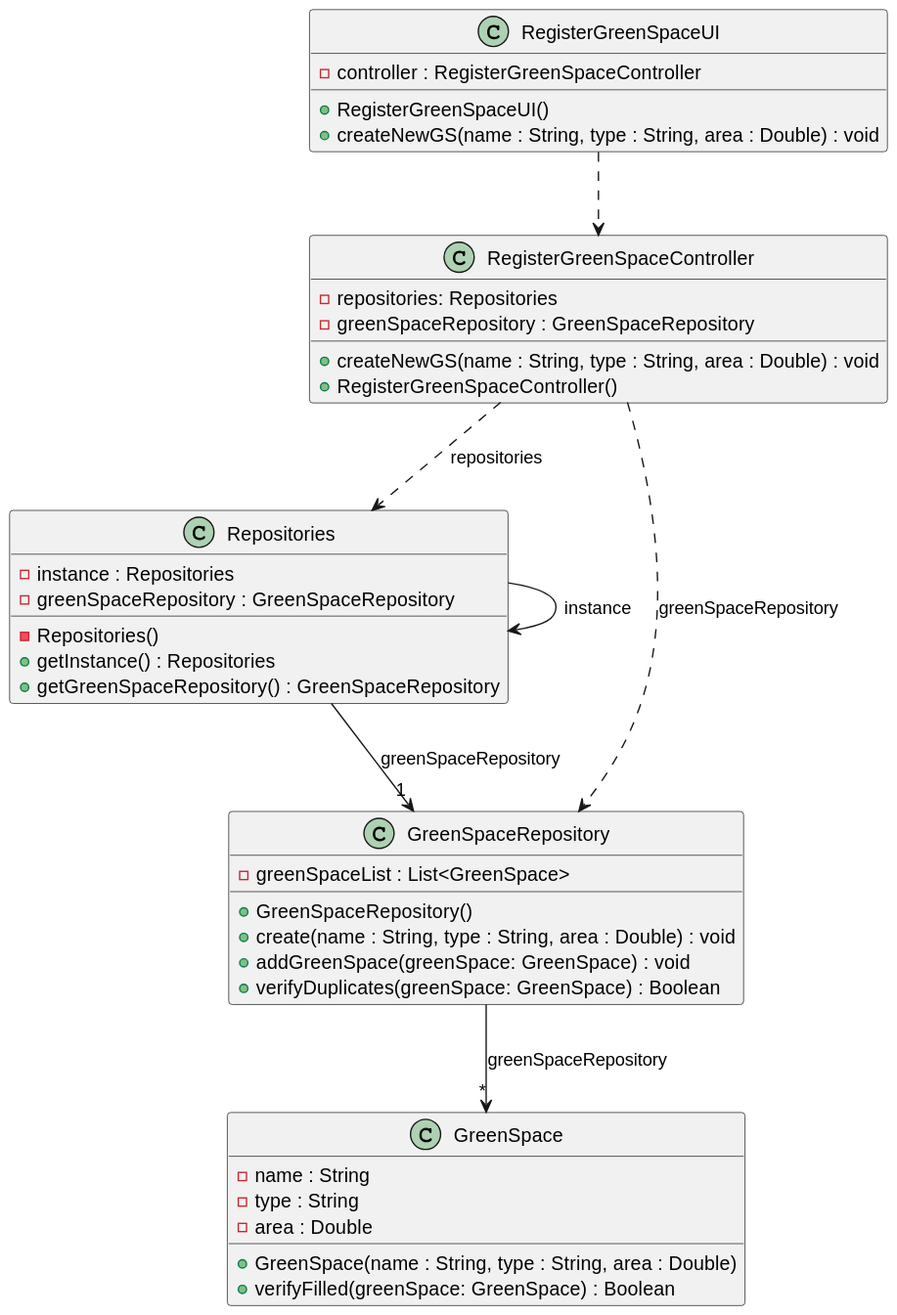
This is docs/sprintC/us020/03.design/svg/us020-class-diagram.svg from ricardomm7/leaflink, a PlantUML export, as it was before one commit.
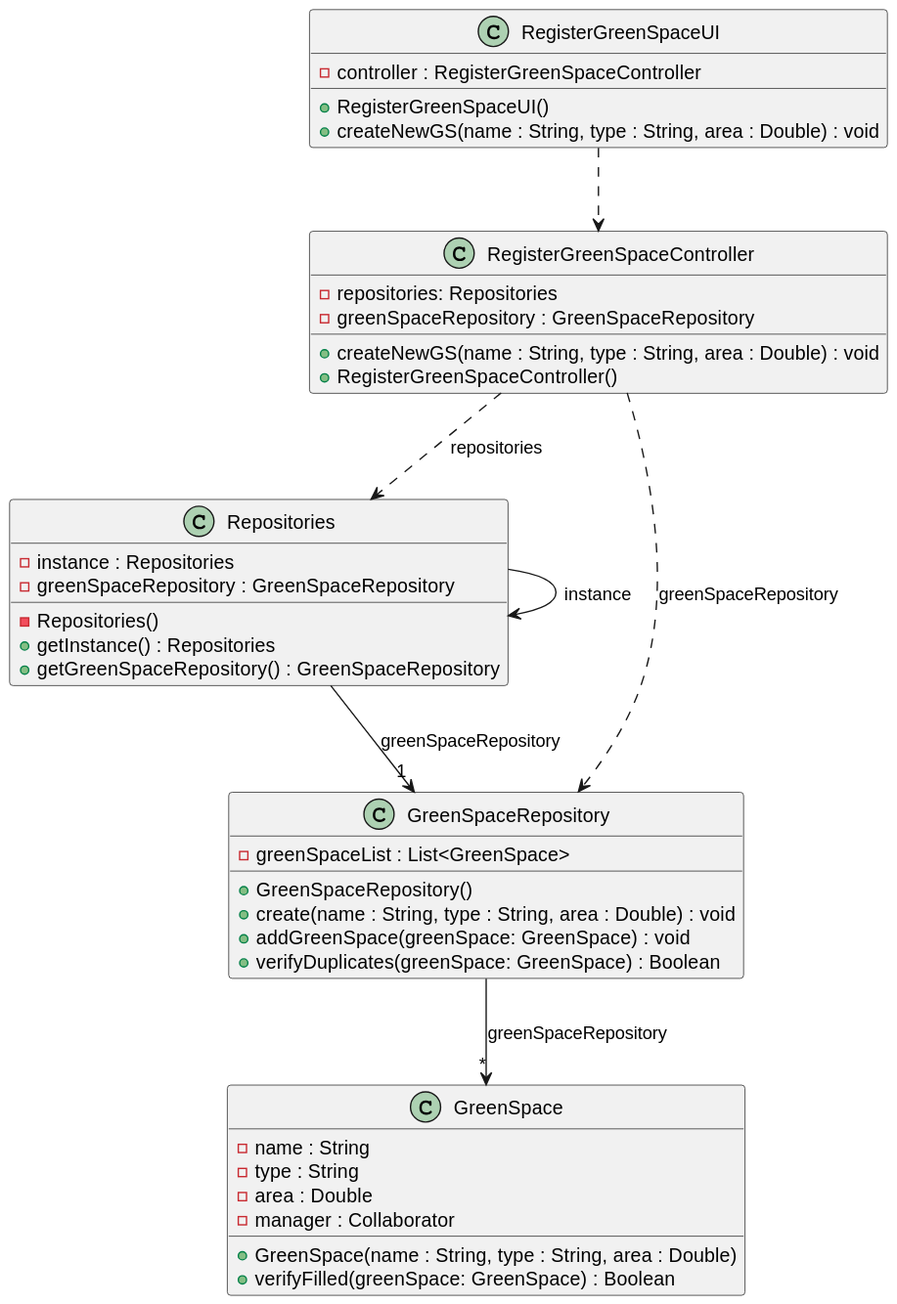
After the change.

What changed in the source:
```diff
@@ -37,7 +37,7 @@
         - name : String
         - type : String
         - area : Double
-
+        - manager : Collaborator
         + GreenSpace(name : String, type : String, area : Double)
         + verifyFilled(greenSpace: GreenSpace) : Boolean
     }
```
